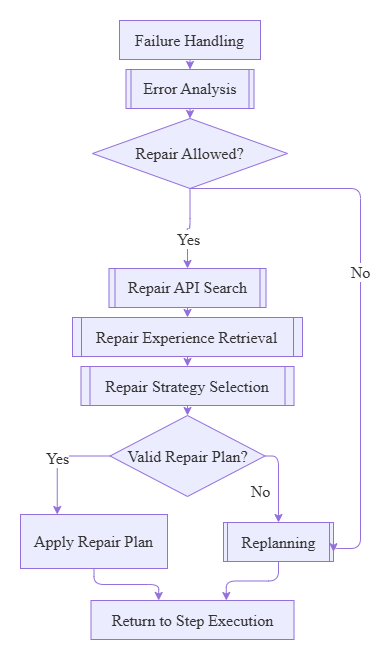
Above: figures/chapter4/chapter4_local_repair_flow.png in chenannchi/NTUT-Thesis (draw.io), before the change. Source tidied: cells renumbered, new cells last; positions are measured from the earlier drawing's top-left corner, leaving out a move shared by most shapes.
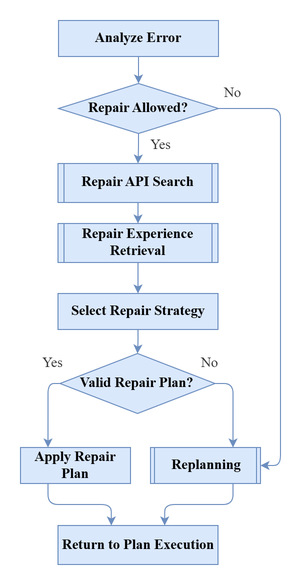
The same file after the commit.

What changed in the source:
```diff
@@ -2,99 +2,72 @@
   <root>
     <mxCell id="0" />
     <mxCell id="1" parent="0" />
-    <mxCell id="2" style="group;transparentBounds=1;editIcon=1;lockedGroup=0;groupPadding=20;fontFamily=Times New Roman;" parent="1" vertex="1">
-      <mxGeometry width="277" height="630" as="geometry" />
+    <mxCell id="2" style="group;transparentBounds=1;editIcon=1;lockedGroup=0;groupPadding=20;fontFamily=Times New Roman;fontSize=14;fontStyle=1;fillColor=#dae8fc;strokeColor=#6c8ebf;" parent="1" vertex="1">
+      <mxGeometry width="333" height="671" as="geometry" />
     </mxCell>
-    <mxCell id="3" value="Failure Handling" style="html=1;whiteSpace=wrap;strokeWidth=1;fillColor=light-dark(#ECECFF,#1f2020);strokeColor=light-dark(#9370DB,#cccccc);fontColor=light-dark(#333333,#cccccc);fontFamily=Times New Roman;fontSize=16;align=center;verticalAlign=middle;" parent="2" vertex="1">
-      <mxGeometry x="99" y="32" width="141" height="39" as="geometry" />
-    </mxCell>
-    <mxCell id="4" value="Error Analysis" style="html=1;strokeWidth=1;shape=process;whiteSpace=wrap;size=0.04;fillColor=light-dark(#ECECFF,#1f2020);strokeColor=light-dark(#9370DB,#cccccc);fontColor=light-dark(#333333,#cccccc);fontFamily=Times New Roman;fontSize=16;align=center;verticalAlign=middle;" parent="2" vertex="1">
-      <mxGeometry x="105.5" y="81" width="128" height="39" as="geometry" />
-    </mxCell>
+    <mxCell id="24" value="Analyze Error" style="html=1;whiteSpace=wrap;strokeWidth=1;fillColor=#dae8fc;strokeColor=#6c8ebf;fontFamily=Times New Roman;fontSize=14;align=center;verticalAlign=middle;fontStyle=1;" parent="1" vertex="1">
+      <mxGeometry x="48" y="10" width="160" height="36" as="geometry" />
+    </mxCell>
+    <mxCell id="14" style="strokeColor=#6c8ebf;strokeWidth=1;align=center;verticalAlign=middle;fontFamily=Times New Roman;fontSize=14;fontColor=light-dark(#333333,#cccccc);fillColor=#dae8fc;rounded=1;exitX=0.5;exitY=1;entryX=0.5;entryY=0;edgeStyle=orthogonalEdgeStyle;fontStyle=1;exitDx=0;exitDy=0;" parent="1" edge="1" source="24" target="5">
+      <mxGeometry relative="1" as="geometry" />
+    </mxCell>
-    <mxCell id="5" value="Repair Allowed?" style="rhombus;html=1;strokeWidth=1;whiteSpace=wrap;fillColor=light-dark(#ECECFF,#1f2020);strokeColor=light-dark(#9370DB,#cccccc);fontColor=light-dark(#333333,#cccccc);fontFamily=Times New Roman;fontSize=16;align=center;verticalAlign=middle;" parent="2" vertex="1">
-      <mxGeometry x="72" y="130" width="195" height="70" as="geometry" />
+    <mxCell id="5" value="Repair Allowed?" style="rhombus;html=1;strokeWidth=1;whiteSpace=wrap;fillColor=#dae8fc;strokeColor=#6c8ebf;fontFamily=Times New Roman;fontSize=14;align=center;verticalAlign=middle;fontStyle=1;" parent="1" vertex="1">
+      <mxGeometry x="48" y="73" width="160" height="50" as="geometry" />
     </mxCell>
-    <mxCell id="6" value="Repair API Search" style="html=1;strokeWidth=1;shape=process;whiteSpace=wrap;size=0.04;fillColor=light-dark(#ECECFF,#1f2020);strokeColor=light-dark(#9370DB,#cccccc);fontColor=light-dark(#333333,#cccccc);fontFamily=Times New Roman;fontSize=16;align=center;verticalAlign=middle;" parent="2" vertex="1">
-      <mxGeometry x="88.5" y="280" width="157" height="39" as="geometry" />
+    <mxCell id="6" value="Repair API Search" style="html=1;strokeWidth=1;shape=process;whiteSpace=wrap;size=0.04;fillColor=#dae8fc;strokeColor=#6c8ebf;fontFamily=Times New Roman;fontSize=14;align=center;verticalAlign=middle;fontStyle=1;" parent="1" vertex="1">
+      <mxGeometry x="47.5" y="153" width="160" height="39" as="geometry" />
     </mxCell>
-    <mxCell id="7" value="Repair Experience Retrieval" style="html=1;strokeWidth=1;shape=process;whiteSpace=wrap;size=0.04;fillColor=light-dark(#ECECFF,#1f2020);strokeColor=light-dark(#9370DB,#cccccc);fontColor=light-dark(#333333,#cccccc);fontFamily=Times New Roman;fontSize=16;align=center;verticalAlign=middle;" parent="2" vertex="1">
-      <mxGeometry x="52" y="329" width="230" height="39" as="geometry" />
+    <mxCell id="7" value="Repair Experience Retrieval" style="html=1;strokeWidth=1;shape=process;whiteSpace=wrap;size=0.04;fillColor=#dae8fc;strokeColor=#6c8ebf;fontFamily=Times New Roman;fontSize=14;align=center;verticalAlign=middle;fontStyle=1;" parent="1" vertex="1">
+      <mxGeometry x="47.5" y="213" width="160" height="39" as="geometry" />
     </mxCell>
-    <mxCell id="8" value="Repair Strategy Selection" style="html=1;strokeWidth=1;shape=process;whiteSpace=wrap;size=0.04;fillColor=light-dark(#ECECFF,#1f2020);strokeColor=light-dark(#9370DB,#cccccc);fontColor=light-dark(#333333,#cccccc);fontFamily=Times New Roman;fontSize=16;align=center;verticalAlign=middle;" parent="2" vertex="1">
-      <mxGeometry x="60.5" y="378" width="213" height="39" as="geometry" />
-    </mxCell>
-    <mxCell id="9" value="Valid Repair Plan?" style="rhombus;html=1;strokeWidth=1;whiteSpace=wrap;fillColor=light-dark(#ECECFF,#1f2020);strokeColor=light-dark(#9370DB,#cccccc);fontColor=light-dark(#333333,#cccccc);fontFamily=Times New Roman;fontSize=16;align=center;verticalAlign=middle;" parent="2" vertex="1">
-      <mxGeometry x="89.5" y="427" width="155" height="81" as="geometry" />
+    <mxCell id="9" value="Valid Repair Plan?" style="rhombus;html=1;strokeWidth=1;whiteSpace=wrap;fillColor=#dae8fc;strokeColor=#6c8ebf;fontFamily=Times New Roman;fontSize=14;align=center;verticalAlign=middle;fontStyle=1;" parent="1" vertex="1">
+      <mxGeometry x="49.5" y="343" width="155" height="60" as="geometry" />
     </mxCell>
-    <mxCell id="10" value="Apply Repair Plan" style="html=1;whiteSpace=wrap;strokeWidth=1;fillColor=light-dark(#ECECFF,#1f2020);strokeColor=light-dark(#9370DB,#cccccc);fontColor=light-dark(#333333,#cccccc);fontFamily=Times New Roman;fontSize=16;align=center;verticalAlign=middle;" parent="2" vertex="1">
-      <mxGeometry y="526" width="147" height="54" as="geometry" />
+    <mxCell id="10" value="Apply Repair Plan" style="html=1;whiteSpace=wrap;strokeWidth=1;fillColor=#dae8fc;strokeColor=#6c8ebf;fontFamily=Times New Roman;fontSize=14;align=center;verticalAlign=middle;fontStyle=1;" parent="1" vertex="1">
+      <mxGeometry x="10" y="437" width="110" height="36" as="geometry" />
     </mxCell>
-    <mxCell id="11" value="Return to Step Execution" style="html=1;whiteSpace=wrap;strokeWidth=1;fillColor=light-dark(#ECECFF,#1f2020);strokeColor=light-dark(#9370DB,#cccccc);fontColor=light-dark(#333333,#cccccc);fontFamily=Times New Roman;fontSize=16;align=center;verticalAlign=middle;" parent="2" vertex="1">
-      <mxGeometry x="70.5" y="612" width="203" height="39" as="geometry" />
+    <mxCell id="11" value="Return to Plan Execution" style="html=1;whiteSpace=wrap;strokeWidth=1;fillColor=#dae8fc;strokeColor=#6c8ebf;fontFamily=Times New Roman;fontSize=14;align=center;verticalAlign=middle;fontStyle=1;" parent="1" vertex="1">
+      <mxGeometry x="47.5" y="515" width="160" height="39" as="geometry" />
     </mxCell>
-    <mxCell id="12" value="Replanning" style="html=1;strokeWidth=1;shape=process;whiteSpace=wrap;size=0.04;fillColor=light-dark(#ECECFF,#1f2020);strokeColor=light-dark(#9370DB,#cccccc);fontColor=light-dark(#333333,#cccccc);fontFamily=Times New Roman;fontSize=16;align=center;verticalAlign=middle;" parent="2" vertex="1">
-      <mxGeometry x="203" y="534" width="110" height="39" as="geometry" />
+    <mxCell id="12" value="Replanning" style="html=1;strokeWidth=1;shape=process;whiteSpace=wrap;size=0.04;fillColor=#dae8fc;strokeColor=#6c8ebf;fontFamily=Times New Roman;fontSize=14;align=center;verticalAlign=middle;fontStyle=1;" parent="1" vertex="1">
+      <mxGeometry x="140" y="437" width="110" height="36" as="geometry" />
     </mxCell>
-    <mxCell id="13" style="strokeColor=light-dark(#9370DB,#cccccc);strokeWidth=1;align=center;verticalAlign=middle;fontFamily=Times New Roman;fontSize=16;fontColor=light-dark(#333333,#cccccc);fillColor=light-dark(#ECECFF,#1f2020);rounded=1;curved=0;exitX=0.5;exitY=1;entryX=0.5;entryY=0;edgeStyle=orthogonalEdgeStyle;" parent="2" edge="1" source="3" target="4">
-      <mxGeometry relative="1" as="geometry">
-        <Array as="points">
-          <mxPoint x="169.5" y="76" />
-        </Array>
-      </mxGeometry>
-    </mxCell>
-    <mxCell id="14" style="strokeColor=light-dark(#9370DB,#cccccc);strokeWidth=1;align=center;verticalAlign=middle;fontFamily=Times New Roman;fontSize=16;fontColor=light-dark(#333333,#cccccc);fillColor=light-dark(#ECECFF,#1f2020);rounded=1;curved=0;exitX=0.5;exitY=1;entryX=0.5;entryY=0;edgeStyle=orthogonalEdgeStyle;" parent="2" edge="1" source="4" target="5">
-      <mxGeometry relative="1" as="geometry">
-        <Array as="points">
-          <mxPoint x="169.5" y="125" />
-        </Array>
-      </mxGeometry>
-    </mxCell>
-    <mxCell id="15" value="Yes" style="strokeColor=light-dark(#9370DB,#cccccc);html=1;fontSize=16;fontFamily=Times New Roman;fontColor=light-dark(#333333,#cccccc);strokeWidth=1;align=center;verticalAlign=middle;fillColor=light-dark(#ECECFF,#1f2020);orthogonal=1;rounded=1;exitX=0.5;exitY=1;entryX=0.5;entryY=0;edgeStyle=orthogonalEdgeStyle;exitDx=0;exitDy=0;entryDx=0;entryDy=0;" parent="2" edge="1" source="5" target="6">
-      <mxGeometry relative="1" as="geometry">
-        <mxPoint y="11" as="offset" />
-      </mxGeometry>
+    <mxCell id="15" value="Yes" style="strokeColor=#6c8ebf;html=1;fontSize=14;fontFamily=Times New Roman;fontColor=light-dark(#333333,#cccccc);strokeWidth=1;align=center;verticalAlign=middle;fillColor=#dae8fc;orthogonal=1;rounded=1;exitX=0.5;exitY=1;edgeStyle=orthogonalEdgeStyle;exitDx=0;exitDy=0;entryX=0.5;entryY=0;entryDx=0;entryDy=0;fontStyle=0;" parent="1" edge="1" source="5" target="6">
+      <mxGeometry x="-0.21" y="22" relative="1" as="geometry" />
     </mxCell>
-    <mxCell id="16" style="strokeColor=light-dark(#9370DB,#cccccc);strokeWidth=1;align=center;verticalAlign=middle;fontFamily=Times New Roman;fontSize=16;fontColor=light-dark(#333333,#cccccc);fillColor=light-dark(#ECECFF,#1f2020);rounded=1;curved=0;exitX=0.5;exitY=1;entryX=0.5;entryY=0;edgeStyle=orthogonalEdgeStyle;" parent="2" edge="1" source="6" target="7">
-      <mxGeometry relative="1" as="geometry">
-        <Array as="points">
-          <mxPoint x="167" y="324" />
-        </Array>
-      </mxGeometry>
+    <mxCell id="16" style="strokeColor=#6c8ebf;strokeWidth=1;align=center;verticalAlign=middle;fontFamily=Times New Roman;fontSize=14;fontColor=light-dark(#333333,#cccccc);fillColor=#dae8fc;rounded=1;exitX=0.5;exitY=1;entryX=0.5;entryY=0;edgeStyle=orthogonalEdgeStyle;fontStyle=1;" parent="1" edge="1" source="6" target="7">
+      <mxGeometry relative="1" as="geometry" />
     </mxCell>
-    <mxCell id="17" style="strokeColor=light-dark(#9370DB,#cccccc);strokeWidth=1;align=center;verticalAlign=middle;fontFamily=Times New Roman;fontSize=16;fontColor=light-dark(#333333,#cccccc);fillColor=light-dark(#ECECFF,#1f2020);rounded=1;curved=0;exitX=0.5;exitY=1;entryX=0.5;entryY=0;edgeStyle=orthogonalEdgeStyle;" parent="2" edge="1" source="7" target="8">
-      <mxGeometry relative="1" as="geometry">
-        <Array as="points">
-          <mxPoint x="167" y="373" />
-        </Array>
-      </mxGeometry>
+    <mxCell id="17" style="strokeColor=#6c8ebf;strokeWidth=1;align=center;verticalAlign=middle;fontFamily=Times New Roman;fontSize=14;fontColor=light-dark(#333333,#cccccc);fillColor=#dae8fc;rounded=1;curved=0;exitX=0.5;exitY=1;entryX=0.5;entryY=0;edgeStyle=orthogonalEdgeStyle;entryDx=0;entryDy=0;fontStyle=1;" parent="1" edge="1" source="7" target="25">
+      <mxGeometry relative="1" as="geometry" />
     </mxCell>
-    <mxCell id="18" style="strokeColor=light-dark(#9370DB,#cccccc);strokeWidth=1;align=center;verticalAlign=middle;fontFamily=Times New Roman;fontSize=16;fontColor=light-dark(#333333,#cccccc);fillColor=light-dark(#ECECFF,#1f2020);rounded=1;curved=0;exitX=0.5;exitY=1;entryX=0.5;entryY=0;edgeStyle=orthogonalEdgeStyle;" parent="2" edge="1" source="8" target="9">
-      <mxGeometry relative="1" as="geometry">
-        <Array as="points">
-          <mxPoint x="167" y="422" />
-        </Array>
-      </mxGeometry>
+    <mxCell id="18" style="strokeColor=#6c8ebf;strokeWidth=1;align=center;verticalAlign=middle;fontFamily=Times New Roman;fontSize=14;fontColor=light-dark(#333333,#cccccc);fillColor=#dae8fc;rounded=1;curved=0;exitX=0.5;exitY=1;entryX=0.5;entryY=0;edgeStyle=orthogonalEdgeStyle;exitDx=0;exitDy=0;fontStyle=1;" parent="1" edge="1" source="25" target="9">
+      <mxGeometry relative="1" as="geometry" />
     </mxCell>
-    <mxCell id="19" value="Yes" style="strokeColor=light-dark(#9370DB,#cccccc);html=1;fontSize=16;fontFamily=Times New Roman;fontColor=light-dark(#333333,#cccccc);strokeWidth=1;align=center;verticalAlign=middle;fillColor=light-dark(#ECECFF,#1f2020);orthogonal=1;rounded=1;exitX=0;exitY=0.5;entryX=0.25;entryY=0;edgeStyle=orthogonalEdgeStyle;exitDx=0;exitDy=0;entryDx=0;entryDy=0;" parent="2" edge="1" source="9" target="10">
-      <mxGeometry relative="1" as="geometry" />
+    <mxCell id="19" value="Yes" style="strokeColor=#6c8ebf;html=1;fontSize=14;fontFamily=Times New Roman;fontColor=light-dark(#333333,#cccccc);strokeWidth=1;align=center;verticalAlign=middle;fillColor=#dae8fc;orthogonal=1;rounded=1;exitX=0;exitY=0.5;entryX=0.25;entryY=0;edgeStyle=orthogonalEdgeStyle;exitDx=0;exitDy=0;entryDx=0;entryDy=0;fontStyle=0;" parent="1" edge="1" source="9" target="10">
+      <mxGeometry x="-0.8" y="-20" relative="1" as="geometry" />
     </mxCell>
-    <mxCell id="20" style="strokeColor=light-dark(#9370DB,#cccccc);strokeWidth=1;align=center;verticalAlign=middle;fontFamily=Times New Roman;fontSize=16;fontColor=light-dark(#333333,#cccccc);fillColor=light-dark(#ECECFF,#1f2020);rounded=1;exitX=0.5;exitY=1;entryX=0.3333;entryY=0;edgeStyle=orthogonalEdgeStyle;" parent="2" edge="1" source="10" target="11">
+    <mxCell id="20" style="strokeColor=#6c8ebf;strokeWidth=1;align=center;verticalAlign=middle;fontFamily=Times New Roman;fontSize=14;fontColor=light-dark(#333333,#cccccc);fillColor=#dae8fc;rounded=1;exitX=0.25;exitY=1;entryX=0.3333;entryY=0;edgeStyle=orthogonalEdgeStyle;exitDx=0;exitDy=0;fontStyle=1;" parent="1" edge="1" source="10" target="11">
       <mxGeometry relative="1" as="geometry" />
     </mxCell>
-    <mxCell id="21" value="No" style="strokeColor=light-dark(#9370DB,#cccccc);html=1;fontSize=16;fontFamily=Times New Roman;fontColor=light-dark(#333333,#cccccc);strokeWidth=1;align=center;verticalAlign=middle;fillColor=light-dark(#ECECFF,#1f2020);orthogonal=1;rounded=1;exitX=0.5;exitY=1;entryX=1;entryY=0.75;edgeStyle=orthogonalEdgeStyle;exitDx=0;exitDy=0;entryDx=0;entryDy=0;" parent="2" edge="1" source="5" target="12">
-      <mxGeometry relative="1" as="geometry">
+    <mxCell id="21" value="No" style="strokeColor=#6c8ebf;html=1;fontSize=14;fontFamily=Times New Roman;fontColor=light-dark(#333333,#cccccc);strokeWidth=1;align=center;verticalAlign=middle;fillColor=#dae8fc;orthogonal=1;rounded=1;exitX=1;exitY=0.5;entryX=1;entryY=0.5;edgeStyle=orthogonalEdgeStyle;exitDx=0;exitDy=0;entryDx=0;entryDy=0;fontStyle=0;" parent="1" edge="1" source="5" target="12">
+      <mxGeometry x="-0.94" y="15" relative="1" as="geometry">
         <Array as="points">
-          <mxPoint x="340" y="200" />
-          <mxPoint x="340" y="560" />
+          <mxPoint x="270" y="98" />
+          <mxPoint x="270" y="455" />
         </Array>
-        <mxPoint y="-26" as="offset" />
       </mxGeometry>
     </mxCell>
-    <mxCell id="22" value="No" style="strokeColor=light-dark(#9370DB,#cccccc);html=1;fontSize=16;fontFamily=Times New Roman;fontColor=light-dark(#333333,#cccccc);strokeWidth=1;align=center;verticalAlign=middle;fillColor=light-dark(#ECECFF,#1f2020);orthogonal=1;rounded=1;exitX=1;exitY=0.5;entryX=0.5;entryY=0;edgeStyle=orthogonalEdgeStyle;exitDx=0;exitDy=0;entryDx=0;entryDy=0;" parent="2" edge="1" source="9" target="12">
-      <mxGeometry x="0.23" y="-18" relative="1" as="geometry" />
+    <mxCell id="22" value="No" style="strokeColor=#6c8ebf;html=1;fontSize=14;fontFamily=Times New Roman;fontColor=light-dark(#333333,#cccccc);strokeWidth=1;align=center;verticalAlign=middle;fillColor=#dae8fc;orthogonal=1;rounded=1;exitX=1;exitY=0.5;entryX=0.75;entryY=0;edgeStyle=orthogonalEdgeStyle;exitDx=0;exitDy=0;entryDx=0;entryDy=0;fontStyle=0;" parent="1" edge="1" source="9" target="12">
+      <mxGeometry x="-1" y="21" relative="1" as="geometry">
+        <mxPoint x="-5" y="1" as="offset" />
+      </mxGeometry>
     </mxCell>
-    <mxCell id="23" style="strokeColor=light-dark(#9370DB,#cccccc);strokeWidth=1;align=center;verticalAlign=middle;fontFamily=Times New Roman;fontSize=16;fontColor=light-dark(#333333,#cccccc);fillColor=light-dark(#ECECFF,#1f2020);rounded=1;exitX=0.5;exitY=1;entryX=0.6667;entryY=0;edgeStyle=orthogonalEdgeStyle;" parent="2" edge="1" source="12" target="11">
+    <mxCell id="23" style="strokeColor=#6c8ebf;strokeWidth=1;align=center;verticalAlign=middle;fontFamily=Times New Roman;fontSize=14;fontColor=light-dark(#333333,#cccccc);fillColor=#dae8fc;rounded=1;exitX=0.75;exitY=1;entryX=0.6667;entryY=0;edgeStyle=orthogonalEdgeStyle;exitDx=0;exitDy=0;fontStyle=1;" parent="1" edge="1" source="12" target="11">
       <mxGeometry relative="1" as="geometry" />
     </mxCell>
+    <mxCell id="25" value="Select Repair Strategy" style="html=1;whiteSpace=wrap;strokeWidth=1;fillColor=#dae8fc;strokeColor=#6c8ebf;fontFamily=Times New Roman;fontSize=14;align=center;verticalAlign=middle;fontStyle=1;" parent="1" vertex="1">
+      <mxGeometry x="47.5" y="283" width="160" height="36" as="geometry" />
+    </mxCell>
   </root>
 </mxGraphModel>
```
